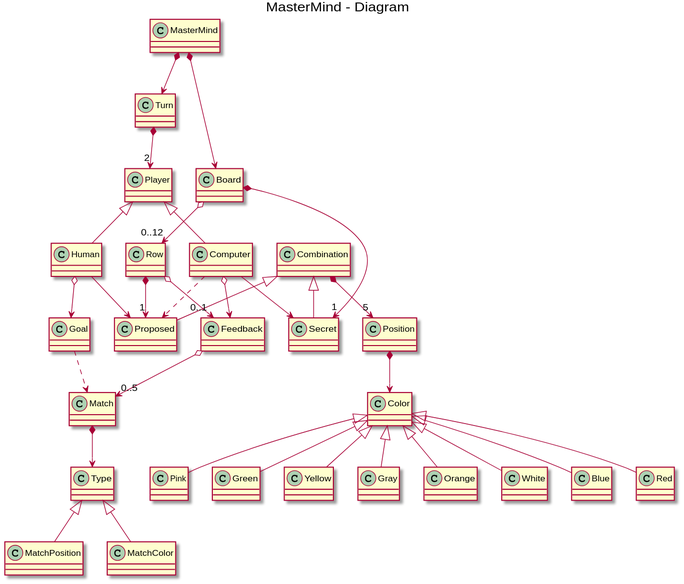
Earlier version of the PlantUML export uml.svg (EnriqueCF/MasterMind).
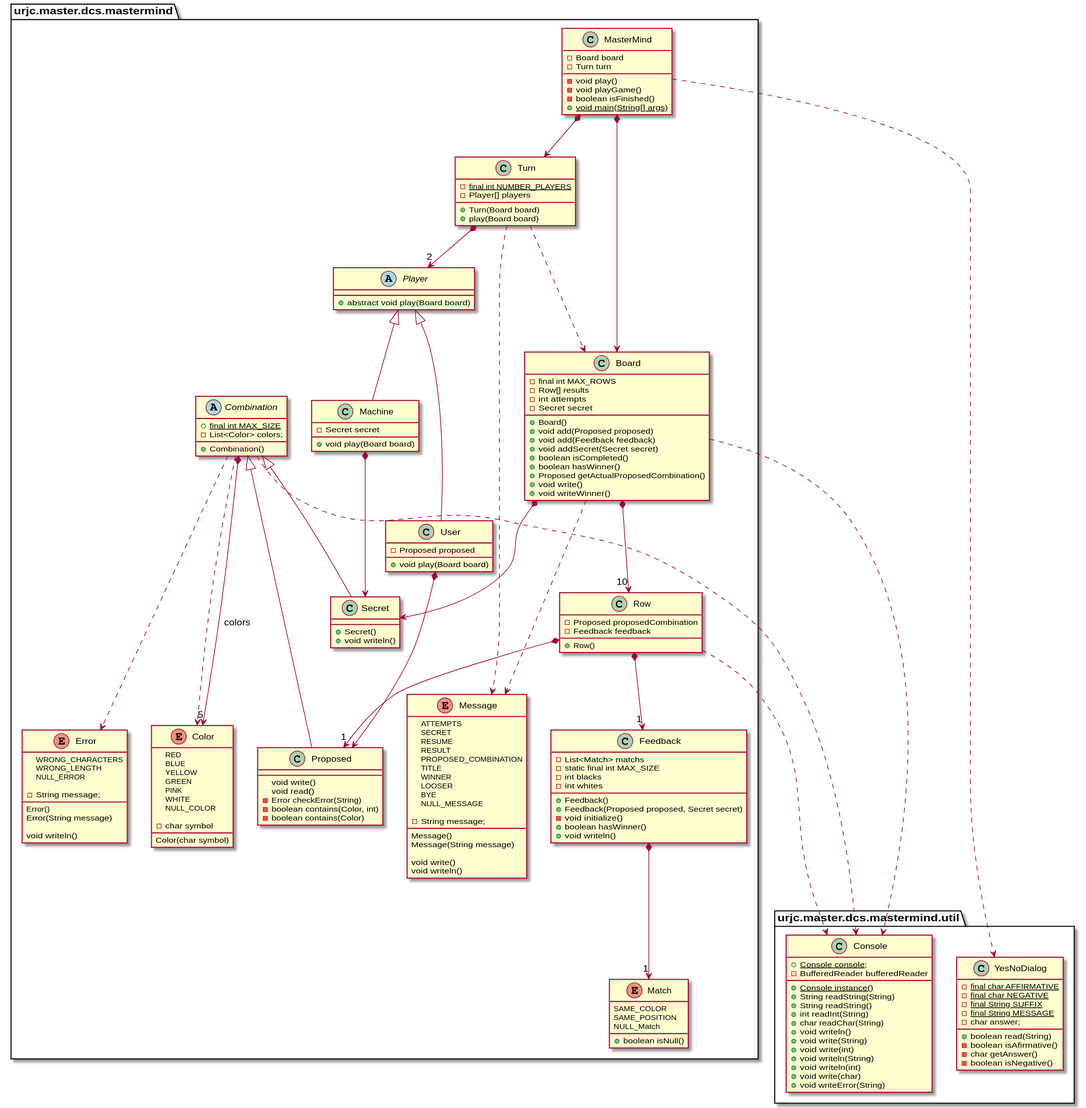
The same diagram one commit later.

Diff of the diagram source:
```diff
@@ -1,46 +1,204 @@
 @startuml
-title MasterMind - Diagram
+class urjc.master.dcs.mastermind.util.Console {
 
-class MasterMind
+	+ {static} Console console;
+	+ {static} Console instance()
+	- BufferedReader bufferedReader
+	+ String readString(String)
+	+ String readString()
+	+ int readInt(String)
+	+ char readChar(String)
+	+ void writeln()
+	+ void write(String)
+	+ void write(int)
+	+ void writeln(String)
+	+ void writeln(int)
+	+ void write(char)
+	+ void writeError(String)
+}
 
-MasterMind *--> Turn
-MasterMind *--> Board
+class urjc.master.dcs.mastermind.util.YesNoDialog {
 
-Turn *--> "2" Player
+	- {static} final char AFFIRMATIVE
+	- {static} final char NEGATIVE
+	- {static} final String SUFFIX
+	- {static} final String MESSAGE
+	- char answer;
+	+ boolean read(String)
+	- boolean isAfirmative()
+	- char getAnswer()
+	- boolean isNegative()
 
-Player <|-- Human
-Player <|-- Computer
+}
 
-Computer --> Secret
-Computer o--> Feedback
-Human --> Proposed
-Human o--> Goal
 
-Computer ..> Proposed
-Goal ..> Match
+class urjc.master.dcs.mastermind.MasterMind {
+    - Board board
+    - Turn turn
 
-Combination <|-- Secret
-Combination <|-- Proposed
+    - void play()
+    - void playGame()
+    - boolean isFinished()
+    + {static} void main(String[] args)
+}
 
-Board *--> "1" Secret
-Board o--> "0..12" Row
+class urjc.master.dcs.mastermind.Board {
+    - final int MAX_ROWS
+    - Row[] results
+    - int attempts
+    - Secret secret
 
-Row *--> "1" Proposed
-Row o--> "0..1" Feedback
+    + Board()
+    + void add(Proposed proposed)
+    + void add(Feedback feedback)
+    + void addSecret(Secret secret)
+    + boolean isCompleted()
+    + boolean hasWinner()
+    + Proposed getActualProposedCombination()
+    + void write()
+    + void writeWinner()
+}
 
-Feedback o--> "0..5" Match
-Match *--> Type
-Type <|-- MatchPosition
-Type <|-- MatchColor
+class urjc.master.dcs.mastermind.Turn {
+    - {static} final int NUMBER_PLAYERS
+    - Player[] players
+    + Turn(Board board)
+    + play(Board board)
+}
 
-Combination *--> "5" Position
-Position *--> Color
-Color <|-- White
-Color <|-- Blue
-Color <|-- Red
-Color <|-- Pink
-Color <|-- Green
-Color <|-- Yellow
-Color <|-- Gray
-Color <|-- Orange
+class urjc.master.dcs.mastermind.Row {
+    - Proposed proposedCombination
+    - Feedback feedback
+    + Row()
+}
+
+class urjc.master.dcs.mastermind.Feedback {
+    - List<Match> matchs
+    - static final int MAX_SIZE
+	- int blacks
+    - int whites
+
+    + Feedback()
+	+ Feedback(Proposed proposed, Secret secret)
+	- void initialize()
+	+ boolean hasWinner()
+	+ void writeln()
+}
+
+abstract class urjc.master.dcs.mastermind.Player {
+    + abstract void play(Board board)
+}
+
+class urjc.master.dcs.mastermind.User extends urjc.master.dcs.mastermind.Player{
+    - Proposed proposed
+    + void play(Board board)
+}
+
+class urjc.master.dcs.mastermind.Machine extends urjc.master.dcs.mastermind.Player{
+    - Secret secret
+    + void play(Board board)
+}
+
+abstract class urjc.master.dcs.mastermind.Combination {
+    + {static} final int MAX_SIZE
+    - List<Color> colors;
+
+    + Combination()
+}
+class urjc.master.dcs.mastermind.Secret extends urjc.master.dcs.mastermind.Combination {
+	+ Secret()
+	+ void writeln()
+}
+
+class urjc.master.dcs.mastermind.Proposed extends urjc.master.dcs.mastermind.Combination{
+	void write()
+	void read()
+	- Error checkError(String)
+	- boolean contains(Color, int)
+	- boolean contains(Color)
+}
+enum urjc.master.dcs.mastermind.Match {
+	SAME_COLOR
+	SAME_POSITION
+	NULL_Match
+
+	+ boolean isNull()
+}
+enum urjc.master.dcs.mastermind.Color {
+	RED
+	BLUE
+	YELLOW
+	GREEN
+	PINK
+    WHITE
+	NULL_COLOR
+
+	- char symbol
+
+	Color(char symbol)
+
+}
+
+enum urjc.master.dcs.mastermind.Error {
+	WRONG_CHARACTERS
+	WRONG_LENGTH
+	NULL_ERROR
+
+	- String message;
+
+	Error()
+	Error(String message)
+
+	void writeln()
+}
+
+enum urjc.master.dcs.mastermind.Message {
+    ATTEMPTS
+    SECRET
+    RESUME
+    RESULT
+    PROPOSED_COMBINATION
+    TITLE
+    WINNER
+    LOOSER
+    BYE
+    NULL_MESSAGE
+
+    - String message;
+
+    Message()
+    Message(String message)
+
+    void write()
+    void writeln()
+}
+
+class urjc.master.dcs.mastermind.util.Console
+class urjc.master.dcs.mastermind.util.YesNoDialog
+
+urjc.master.dcs.mastermind.MasterMind *--> urjc.master.dcs.mastermind.Board
+urjc.master.dcs.mastermind.MasterMind *--> urjc.master.dcs.mastermind.Turn
+urjc.master.dcs.mastermind.MasterMind ...> urjc.master.dcs.mastermind.util.YesNoDialog
+
+urjc.master.dcs.mastermind.Board *--> "10" urjc.master.dcs.mastermind.Row
+urjc.master.dcs.mastermind.Board *--> urjc.master.dcs.mastermind.Secret
+urjc.master.dcs.mastermind.Board ...> urjc.master.dcs.mastermind.util.Console
+urjc.master.dcs.mastermind.Board ...> urjc.master.dcs.mastermind.Message
+
+urjc.master.dcs.mastermind.User *--> urjc.master.dcs.mastermind.Proposed
+urjc.master.dcs.mastermind.Machine *--> urjc.master.dcs.mastermind.Secret
+
+urjc.master.dcs.mastermind.Turn *--> "2" urjc.master.dcs.mastermind.Player
+urjc.master.dcs.mastermind.Turn ...> urjc.master.dcs.mastermind.Message
+urjc.master.dcs.mastermind.Turn ...> urjc.master.dcs.mastermind.Board
+
+urjc.master.dcs.mastermind.Row *--> "1" urjc.master.dcs.mastermind.Proposed
+urjc.master.dcs.mastermind.Row *--> "1" urjc.master.dcs.mastermind.Feedback
+urjc.master.dcs.mastermind.Feedback*--> "1" urjc.master.dcs.mastermind.Match
+urjc.master.dcs.mastermind.Row ...> urjc.master.dcs.mastermind.util.Console
+
+urjc.master.dcs.mastermind.Combination ...> urjc.master.dcs.mastermind.util.Console
+urjc.master.dcs.mastermind.Combination ...> urjc.master.dcs.mastermind.Color
+urjc.master.dcs.mastermind.Combination ...> urjc.master.dcs.mastermind.Error
+urjc.master.dcs.mastermind.Combination *-down-> "5" urjc.master.dcs.mastermind.Color : colors
 @enduml
```
